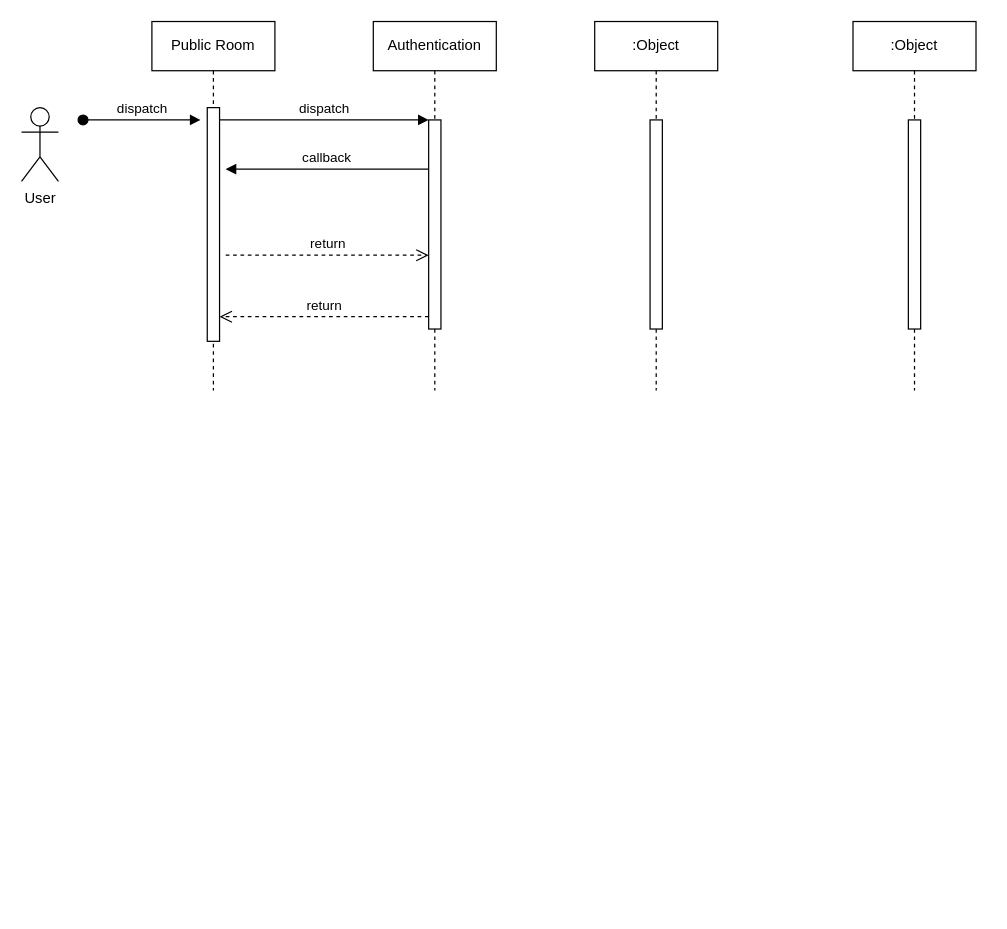
Earlier version of the draw.io diagram docs/assets/Sequence Diagram.drawio (akshayvijaynair/music-academy-docs). Source tidied: cells renumbered, new cells numbered last; positions are measured from the earlier drawing's top-left corner, leaving out a move shared by most shapes. Both pictures are drawn from the tidied source at 123%, with x=0, y=0 at pixel (21, 21).
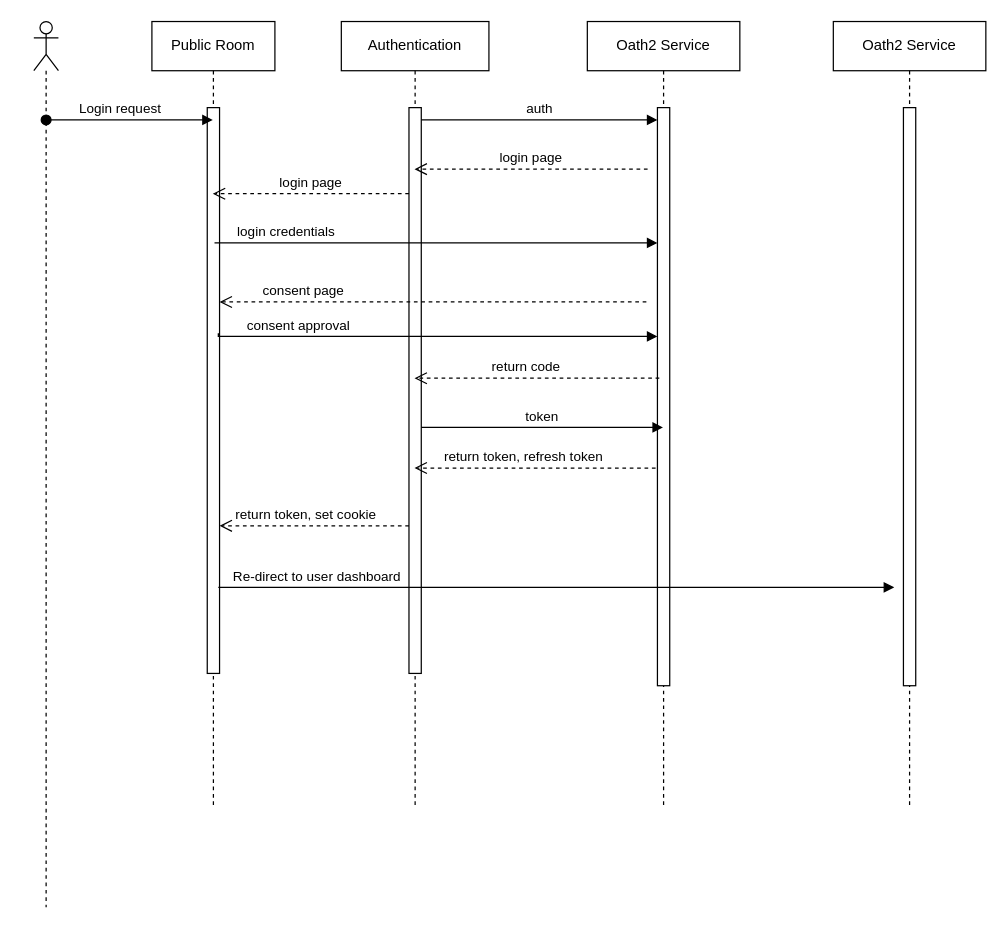
Above is the later version.

Commit message:
feat(SequenceDiagram): added authentication flow

The edit, as a diff of the source:
```diff
@@
     <mxCell id="2" value="Public Room" style="shape=umlLifeline;perimeter=lifelinePerimeter;whiteSpace=wrap;html=1;outlineConnect=0;portConstraint=eastwest;newEdgeStyle={&quot;edgeStyle&quot;:&quot;elbowEdgeStyle&quot;,&quot;elbow&quot;:&quot;vertical&quot;,&quot;curved&quot;:0,&quot;rounded&quot;:0};" parent="1" vertex="1">
-      <mxGeometry x="106" width="100" height="300" as="geometry" />
+      <mxGeometry x="106" width="100" height="640" as="geometry" />
     </mxCell>
     <mxCell id="3" style="html=1;points=[];perimeter=orthogonalPerimeter;outlineConnect=0;targetShapes=umlLifeline;portConstraint=eastwest;newEdgeStyle={&quot;edgeStyle&quot;:&quot;elbowEdgeStyle&quot;,&quot;elbow&quot;:&quot;vertical&quot;,&quot;curved&quot;:0,&quot;rounded&quot;:0};" parent="2" vertex="1">
-      <mxGeometry x="45" y="70" width="10" height="190" as="geometry" />
+      <mxGeometry x="45" y="70" width="10" height="460" as="geometry" />
     </mxCell>
     <mxCell id="4" value="Authentication" style="shape=umlLifeline;perimeter=lifelinePerimeter;whiteSpace=wrap;html=1;outlineConnect=0;portConstraint=eastwest;newEdgeStyle={&quot;edgeStyle&quot;:&quot;elbowEdgeStyle&quot;,&quot;elbow&quot;:&quot;vertical&quot;,&quot;curved&quot;:0,&quot;rounded&quot;:0};" parent="1" vertex="1">
-      <mxGeometry x="286" width="100" height="300" as="geometry" />
+      <mxGeometry x="260" width="120" height="640" as="geometry" />
     </mxCell>
     <mxCell id="5" style="html=1;points=[];perimeter=orthogonalPerimeter;outlineConnect=0;targetShapes=umlLifeline;portConstraint=eastwest;newEdgeStyle={&quot;edgeStyle&quot;:&quot;elbowEdgeStyle&quot;,&quot;elbow&quot;:&quot;vertical&quot;,&quot;curved&quot;:0,&quot;rounded&quot;:0};" parent="4" vertex="1">
-      <mxGeometry x="45" y="80" width="10" height="170" as="geometry" />
+      <mxGeometry x="55" y="70" width="10" height="460" as="geometry" />
     </mxCell>
-    <mxCell id="6" value="dispatch" style="html=1;verticalAlign=bottom;endArrow=block;edgeStyle=elbowEdgeStyle;elbow=vertical;curved=0;rounded=0;" parent="1" edge="1" source="3" target="5">
+    <mxCell id="6" value="auth" style="html=1;verticalAlign=bottom;endArrow=block;edgeStyle=elbowEdgeStyle;elbow=horizontal;curved=0;rounded=0;" parent="1" edge="1" source="5" target="11">
       <mxGeometry relative="1" as="geometry">
         <Array as="points">
-          <mxPoint x="246" y="80" />
+          <mxPoint x="424" y="80" />
         </Array>
       </mxGeometry>
     </mxCell>
-    <mxCell id="7" value="return" style="html=1;verticalAlign=bottom;endArrow=open;dashed=1;endSize=8;edgeStyle=elbowEdgeStyle;elbow=vertical;curved=0;rounded=0;" parent="1" edge="1" source="5" target="3">
+    <mxCell id="7" value="login page" style="html=1;verticalAlign=bottom;endArrow=open;dashed=1;endSize=8;edgeStyle=elbowEdgeStyle;elbow=horizontal;curved=0;rounded=0;" parent="1" edge="1" target="4">
       <mxGeometry relative="1" as="geometry">
+        <mxPoint x="509" y="120" as="sourcePoint" />
         <Array as="points">
-          <mxPoint x="256" y="240" />
+          <mxPoint x="434" y="120" />
         </Array>
       </mxGeometry>
     </mxCell>
-    <mxCell id="8" value="callback" style="html=1;verticalAlign=bottom;endArrow=block;edgeStyle=elbowEdgeStyle;elbow=vertical;curved=0;rounded=0;" parent="1" edge="1" source="5">
-      <mxGeometry relative="1" as="geometry">
-        <mxPoint x="166" y="120" as="targetPoint" />
-        <Array as="points">
-          <mxPoint x="256" y="120" />
-        </Array>
-      </mxGeometry>
-    </mxCell>
-    <mxCell id="9" value="return" style="html=1;verticalAlign=bottom;endArrow=open;dashed=1;endSize=8;edgeStyle=elbowEdgeStyle;elbow=vertical;curved=0;rounded=0;" parent="1" edge="1" target="5">
-      <mxGeometry relative="1" as="geometry">
-        <mxPoint x="166" y="190" as="sourcePoint" />
-        <Array as="points">
-          <mxPoint x="246" y="190" />
-        </Array>
-      </mxGeometry>
-    </mxCell>
-    <mxCell id="10" value=":Object" style="shape=umlLifeline;perimeter=lifelinePerimeter;whiteSpace=wrap;html=1;outlineConnect=0;portConstraint=eastwest;newEdgeStyle={&quot;edgeStyle&quot;:&quot;elbowEdgeStyle&quot;,&quot;elbow&quot;:&quot;vertical&quot;,&quot;curved&quot;:0,&quot;rounded&quot;:0};" parent="1" vertex="1">
-      <mxGeometry x="466" width="100" height="300" as="geometry" />
+    <mxCell id="10" value="Oath2 Service" style="shape=umlLifeline;perimeter=lifelinePerimeter;whiteSpace=wrap;html=1;outlineConnect=0;portConstraint=eastwest;newEdgeStyle={&quot;edgeStyle&quot;:&quot;elbowEdgeStyle&quot;,&quot;elbow&quot;:&quot;vertical&quot;,&quot;curved&quot;:0,&quot;rounded&quot;:0};" parent="1" vertex="1">
+      <mxGeometry x="460" width="124" height="640" as="geometry" />
     </mxCell>
     <mxCell id="11" style="html=1;points=[];perimeter=orthogonalPerimeter;outlineConnect=0;targetShapes=umlLifeline;portConstraint=eastwest;newEdgeStyle={&quot;edgeStyle&quot;:&quot;elbowEdgeStyle&quot;,&quot;elbow&quot;:&quot;vertical&quot;,&quot;curved&quot;:0,&quot;rounded&quot;:0};" parent="10" vertex="1">
-      <mxGeometry x="45" y="80" width="10" height="170" as="geometry" />
+      <mxGeometry x="57" y="70" width="10" height="470" as="geometry" />
     </mxCell>
-    <mxCell id="12" value=":Object" style="shape=umlLifeline;perimeter=lifelinePerimeter;whiteSpace=wrap;html=1;newEdgeStyle={&quot;edgeStyle&quot;:&quot;elbowEdgeStyle&quot;,&quot;elbow&quot;:&quot;vertical&quot;,&quot;curved&quot;:0,&quot;rounded&quot;:0};" parent="1" vertex="1">
-      <mxGeometry x="676" width="100" height="300" as="geometry" />
-    </mxCell>
-    <mxCell id="13" style="html=1;perimeter=orthogonalPerimeter;targetShapes=umlLifeline;newEdgeStyle={&quot;edgeStyle&quot;:&quot;elbowEdgeStyle&quot;,&quot;elbow&quot;:&quot;vertical&quot;,&quot;curved&quot;:0,&quot;rounded&quot;:0};" parent="12" vertex="1">
-      <mxGeometry x="45" y="80" width="10" height="170" as="geometry" />
-    </mxCell>
-    <mxCell id="14" value="User" style="shape=umlActor;verticalLabelPosition=bottom;verticalAlign=top;html=1;" parent="1" vertex="1">
-      <mxGeometry y="70" width="30" height="60" as="geometry" />
-    </mxCell>
-    <mxCell id="15" value="dispatch" style="html=1;verticalAlign=bottom;startArrow=oval;endArrow=block;startSize=8;edgeStyle=elbowEdgeStyle;elbow=vertical;curved=0;rounded=0;" parent="1" edge="1">
-      <mxGeometry relative="1" as="geometry">
-        <mxPoint x="50" y="80" as="sourcePoint" />
-        <mxPoint x="145.5" y="80" as="targetPoint" />
-      </mxGeometry>
-    </mxCell>
+    <mxCell id="16" style="shape=umlLifeline;perimeter=lifelinePerimeter;whiteSpace=wrap;html=1;newEdgeStyle={&quot;curved&quot;:0,&quot;rounded&quot;:0};participant=umlActor;" parent="1" vertex="1">
+      <mxGeometry x="10" width="20" height="720" as="geometry" />
+    </mxCell>
+    <mxCell id="17" value="login page" style="html=1;verticalAlign=bottom;endArrow=open;dashed=1;endSize=8;edgeStyle=elbowEdgeStyle;elbow=horizontal;curved=0;rounded=0;" parent="1" edge="1" source="5" target="2">
+      <mxGeometry relative="1" as="geometry">
+        <Array as="points">
+          <mxPoint x="293" y="140" />
+        </Array>
+      </mxGeometry>
+    </mxCell>
+    <mxCell id="18" value="login credentials" style="html=1;verticalAlign=bottom;endArrow=block;edgeStyle=elbowEdgeStyle;elbow=horizontal;curved=0;rounded=0;" parent="1" edge="1" target="11">
+      <mxGeometry x="-0.68" relative="1" as="geometry">
+        <mxPoint x="156.9" y="180" as="sourcePoint" />
+        <Array as="points">
+          <mxPoint x="284.6" y="180" />
+        </Array>
+      </mxGeometry>
+    </mxCell>
+    <mxCell id="19" value="consent page" style="html=1;verticalAlign=bottom;endArrow=open;dashed=1;endSize=8;edgeStyle=elbowEdgeStyle;elbow=horizontal;curved=0;rounded=0;" parent="1" edge="1" target="3">
+      <mxGeometry x="0.61" relative="1" as="geometry">
+        <mxPoint x="508" y="228" as="sourcePoint" />
+        <Array as="points">
+          <mxPoint x="433" y="228" />
+        </Array>
+      </mxGeometry>
+    </mxCell>
+    <mxCell id="20" value="consent approval" style="html=1;verticalAlign=bottom;endArrow=block;edgeStyle=elbowEdgeStyle;elbow=horizontal;curved=0;rounded=0;" parent="1" edge="1">
+      <mxGeometry x="-0.62" relative="1" as="geometry">
+        <mxPoint x="161" y="254" as="sourcePoint" />
+        <mxPoint x="517" y="256" as="targetPoint" />
+        <Array as="points">
+          <mxPoint x="160" y="256" />
+        </Array>
+      </mxGeometry>
+    </mxCell>
+    <mxCell id="21" value="return code" style="html=1;verticalAlign=bottom;endArrow=open;dashed=1;endSize=8;edgeStyle=elbowEdgeStyle;elbow=horizontal;curved=0;rounded=0;" parent="1" edge="1" target="4">
+      <mxGeometry x="0.11" relative="1" as="geometry">
+        <mxPoint x="518.5" y="290" as="sourcePoint" />
+        <Array as="points">
+          <mxPoint x="443.5" y="290" />
+        </Array>
+        <mxPoint x="1" as="offset" />
+      </mxGeometry>
+    </mxCell>
+    <mxCell id="22" value="Login request" style="html=1;verticalAlign=bottom;startArrow=oval;startFill=1;endArrow=block;startSize=8;curved=0;rounded=0;" parent="1" edge="1" target="2">
+      <mxGeometry x="-0.11" relative="1" as="geometry">
+        <mxPoint x="20" y="80" as="sourcePoint" />
+      </mxGeometry>
+    </mxCell>
+    <mxCell id="23" value="Re-direct to user dashboard" style="html=1;verticalAlign=bottom;endArrow=block;edgeStyle=elbowEdgeStyle;elbow=horizontal;curved=0;rounded=0;exitX=0.9;exitY=0.848;exitDx=0;exitDy=0;exitPerimeter=0;" parent="1" edge="1" source="3">
+      <mxGeometry x="-0.71" relative="1" as="geometry">
+        <mxPoint x="709.5" y="460" as="targetPoint" />
+        <Array as="points">
+          <mxPoint x="245" y="460" />
+        </Array>
+      </mxGeometry>
+    </mxCell>
+    <mxCell id="24" value="return token, refresh token" style="html=1;verticalAlign=bottom;endArrow=open;dashed=1;endSize=8;edgeStyle=elbowEdgeStyle;elbow=horizontal;curved=0;rounded=0;" parent="1" edge="1" target="4">
+      <mxGeometry x="0.11" relative="1" as="geometry">
+        <mxPoint x="515.5" y="363" as="sourcePoint" />
+        <Array as="points">
+          <mxPoint x="445.5" y="363" />
+        </Array>
+        <mxPoint x="1" as="offset" />
+      </mxGeometry>
+    </mxCell>
+    <mxCell id="25" value="return token, set cookie" style="html=1;verticalAlign=bottom;endArrow=open;dashed=1;endSize=8;edgeStyle=elbowEdgeStyle;elbow=horizontal;curved=0;rounded=0;" parent="1" edge="1" source="5">
+      <mxGeometry x="0.11" relative="1" as="geometry">
+        <mxPoint x="161" y="410" as="targetPoint" />
+        <Array as="points">
+          <mxPoint x="265.5" y="410" />
+        </Array>
+        <mxPoint x="1" as="offset" />
+      </mxGeometry>
+    </mxCell>
+    <mxCell id="26" value="token" style="html=1;verticalAlign=bottom;endArrow=block;edgeStyle=elbowEdgeStyle;elbow=horizontal;curved=0;rounded=0;" parent="1" edge="1" source="5" target="10">
+      <mxGeometry relative="1" as="geometry">
+        <Array as="points">
+          <mxPoint x="429" y="330" />
+        </Array>
+      </mxGeometry>
+    </mxCell>
+    <mxCell id="27" value="Oath2 Service" style="shape=umlLifeline;perimeter=lifelinePerimeter;whiteSpace=wrap;html=1;newEdgeStyle={&quot;edgeStyle&quot;:&quot;elbowEdgeStyle&quot;,&quot;elbow&quot;:&quot;vertical&quot;,&quot;curved&quot;:0,&quot;rounded&quot;:0};" parent="1" vertex="1">
+      <mxGeometry x="660" width="124" height="640" as="geometry" />
+    </mxCell>
+    <mxCell id="28" style="html=1;perimeter=orthogonalPerimeter;targetShapes=umlLifeline;newEdgeStyle={&quot;edgeStyle&quot;:&quot;elbowEdgeStyle&quot;,&quot;elbow&quot;:&quot;vertical&quot;,&quot;curved&quot;:0,&quot;rounded&quot;:0};" parent="27" vertex="1">
+      <mxGeometry x="57" y="70" width="10" height="470" as="geometry" />
+    </mxCell>
```
